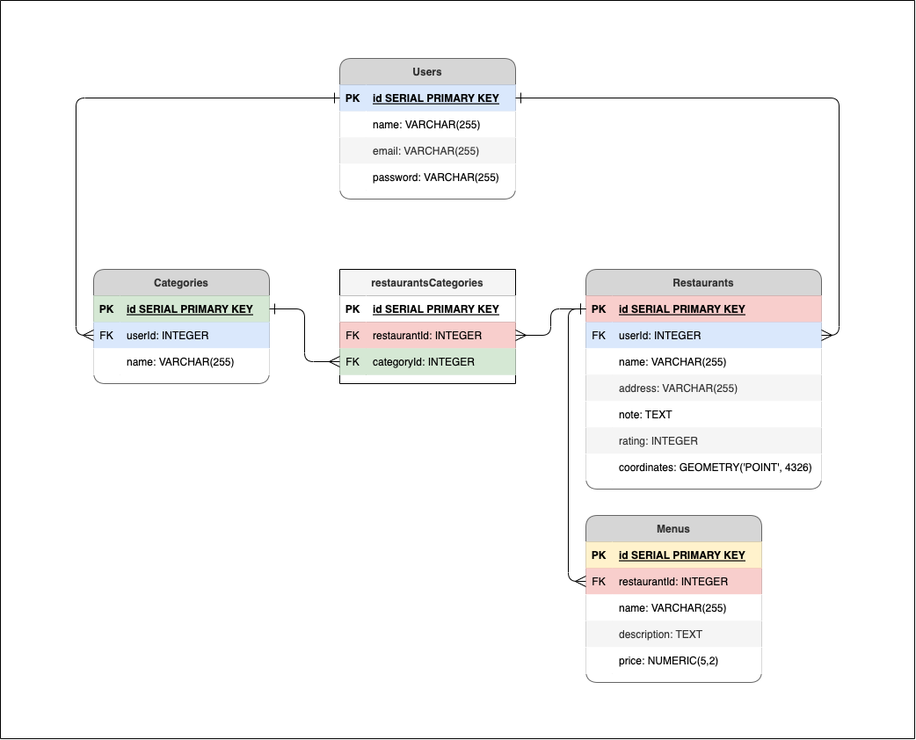
philjang/ad-libitum keeps this draw.io diagram as ERD.drawio.png. Above is the earlier version. Source tidied: cells renumbered, new cells last; positions are measured from the earlier drawing's top-left corner, leaving out a move shared by most shapes.
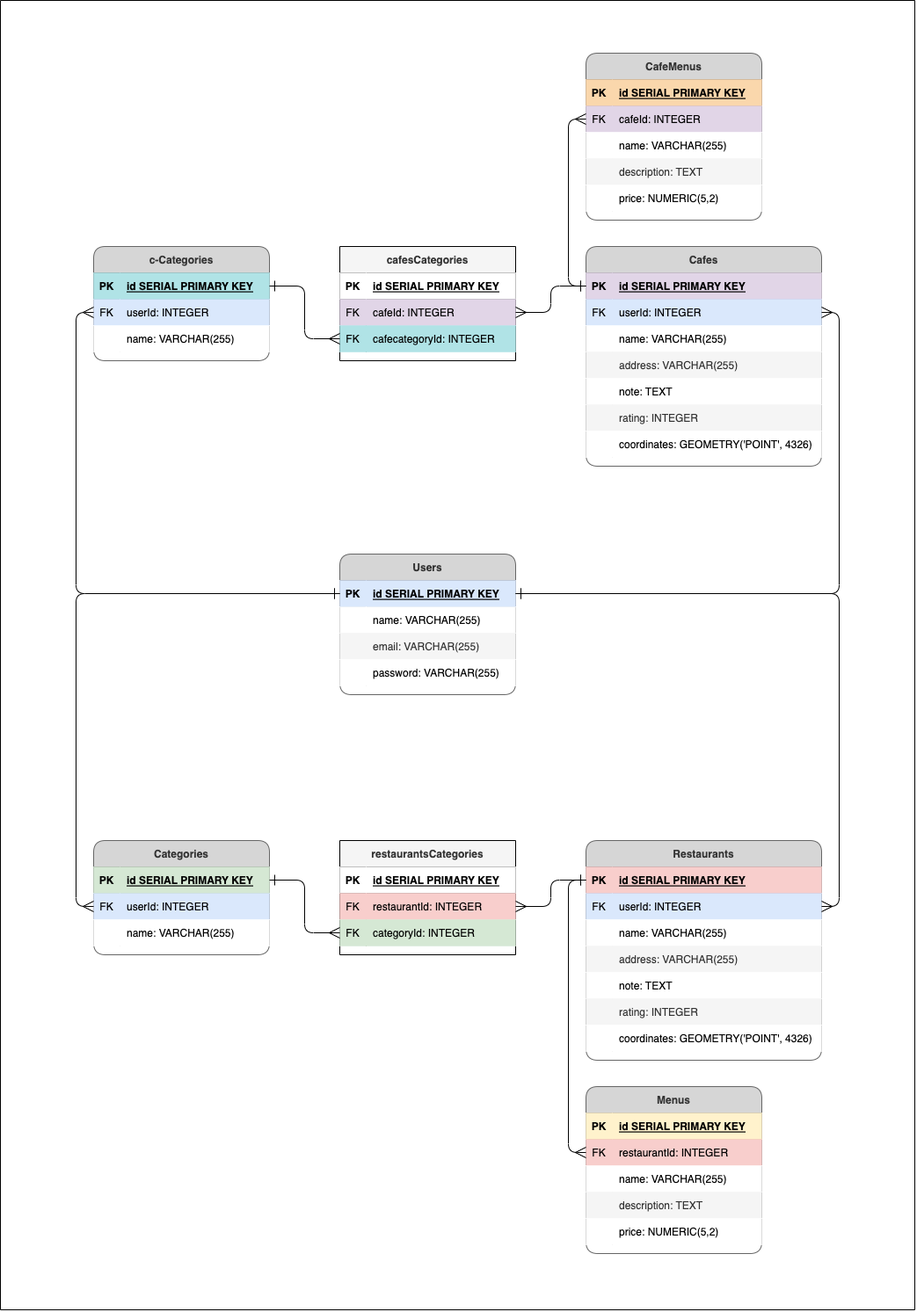
After the commit.

Diff of the diagram source:
```diff
@@ -3,7 +3,7 @@
     <mxCell id="0" />
     <mxCell id="1" parent="0" />
     <mxCell id="2" value="Users" style="shape=table;startSize=30;rowLines=0;fontStyle=1;align=center;fillColor=#D6D6D6;strokeColor=#666666;swimlaneFillColor=none;rounded=1;fontColor=#333333;" parent="1" vertex="1">
-      <mxGeometry x="386" y="66" width="200" height="160" as="geometry" />
+      <mxGeometry x="386" y="-20" width="200" height="160" as="geometry" />
     </mxCell>
     <mxCell id="3" style="shape=tableRow;horizontal=0;startSize=0;swimlaneHead=0;swimlaneBody=0;fillColor=#dae8fc;points=[[0,0.5],[1,0.5]];portConstraint=eastwest;top=0;left=0;right=0;bottom=1;strokeColor=#6c8ebf;" parent="2" vertex="1">
       <mxGeometry y="30" width="200" height="30" as="geometry" />
@@ -230,11 +230,200 @@
     <mxCell id="77" style="edgeStyle=orthogonalEdgeStyle;rounded=1;jettySize=auto;html=1;exitX=0;exitY=0.5;exitDx=0;exitDy=0;entryX=0;entryY=0.5;entryDx=0;entryDy=0;fontColor=#000000;startArrow=ERone;startFill=0;endArrow=ERmany;endFill=0;startSize=10;endSize=10;targetPerimeterSpacing=0;strokeWidth=1;" parent="1" edge="1" source="16" target="51">
       <mxGeometry relative="1" as="geometry" />
     </mxCell>
+    <mxCell id="83" value="Cafes" style="shape=table;startSize=30;rowLines=0;fontStyle=1;align=center;fillColor=#D6D6D6;strokeColor=#666666;swimlaneFillColor=none;rounded=1;fontColor=#333333;perimeterSpacing=0;" parent="1" vertex="1">
+      <mxGeometry x="666" y="-370" width="268" height="250" as="geometry" />
+    </mxCell>
+    <mxCell id="84" style="shape=tableRow;horizontal=0;startSize=0;swimlaneHead=0;swimlaneBody=0;fillColor=#e1d5e7;points=[[0,0.5],[1,0.5]];portConstraint=eastwest;top=0;left=0;right=0;bottom=1;strokeColor=#9673a6;" parent="83" vertex="1">
+      <mxGeometry y="30" width="268" height="30" as="geometry" />
+    </mxCell>
+    <mxCell id="85" value="PK" style="shape=partialRectangle;fillColor=#e1d5e7;top=0;left=0;bottom=0;right=0;fontStyle=1;overflow=hidden;strokeColor=#9673a6;" parent="84" vertex="1">
+      <mxGeometry width="30" height="30" as="geometry" />
+    </mxCell>
+    <mxCell id="86" value="id SERIAL PRIMARY KEY" style="shape=partialRectangle;fillColor=#e1d5e7;top=0;left=0;bottom=0;right=0;align=left;spacingLeft=6;fontStyle=5;overflow=hidden;strokeColor=#9673a6;" parent="84" vertex="1">
+      <mxGeometry x="30" width="238" height="30" as="geometry" />
+    </mxCell>
+    <mxCell id="87" style="shape=tableRow;horizontal=0;startSize=0;swimlaneHead=0;swimlaneBody=0;fillColor=#dae8fc;points=[[0,0.5],[1,0.5]];portConstraint=eastwest;top=0;left=0;right=0;bottom=0;rounded=0;shadow=0;sketch=0;strokeColor=#6c8ebf;" parent="83" vertex="1">
+      <mxGeometry y="60" width="268" height="30" as="geometry" />
+    </mxCell>
+    <mxCell id="88" value="FK" style="shape=partialRectangle;fillColor=#dae8fc;top=0;left=0;bottom=0;right=0;fontStyle=0;overflow=hidden;rounded=0;shadow=0;sketch=0;strokeColor=#6c8ebf;" parent="87" vertex="1">
+      <mxGeometry width="30" height="30" as="geometry" />
+    </mxCell>
+    <mxCell id="89" value="userId: INTEGER" style="shape=partialRectangle;fillColor=#dae8fc;top=0;left=0;bottom=0;right=0;align=left;spacingLeft=6;fontStyle=0;overflow=hidden;rounded=0;shadow=0;sketch=0;strokeColor=#6c8ebf;" parent="87" vertex="1">
+      <mxGeometry x="30" width="238" height="30" as="geometry" />
+    </mxCell>
+    <mxCell id="90" style="shape=tableRow;horizontal=0;startSize=0;swimlaneHead=0;swimlaneBody=0;top=0;left=0;right=0;bottom=0;" parent="83" vertex="1">
+      <mxGeometry y="90" width="268" height="30" as="geometry" />
+    </mxCell>
+    <mxCell id="91" style="shape=partialRectangle;top=0;left=0;bottom=0;right=0;overflow=hidden;" parent="90" vertex="1">
+      <mxGeometry width="30" height="30" as="geometry" />
+    </mxCell>
+    <mxCell id="92" value="name: VARCHAR(255)" style="shape=partialRectangle;top=0;left=0;bottom=0;right=0;align=left;spacingLeft=6;overflow=hidden;" parent="90" vertex="1">
+      <mxGeometry x="30" width="238" height="30" as="geometry" />
+    </mxCell>
+    <mxCell id="93" style="shape=tableRow;horizontal=0;startSize=0;swimlaneHead=0;swimlaneBody=0;fillColor=#f5f5f5;top=0;left=0;right=0;bottom=0;rounded=0;shadow=0;sketch=0;fontColor=#333333;strokeColor=#666666;" parent="83" vertex="1">
+      <mxGeometry y="120" width="268" height="30" as="geometry" />
+    </mxCell>
+    <mxCell id="94" style="shape=partialRectangle;fillColor=#f5f5f5;top=0;left=0;bottom=0;right=0;fontStyle=0;overflow=hidden;rounded=0;shadow=0;sketch=0;fontColor=#333333;strokeColor=#666666;" parent="93" vertex="1">
+      <mxGeometry width="30" height="30" as="geometry" />
+    </mxCell>
+    <mxCell id="95" value="address: VARCHAR(255)" style="shape=partialRectangle;fillColor=#f5f5f5;top=0;left=0;bottom=0;right=0;align=left;spacingLeft=6;fontStyle=0;overflow=hidden;rounded=0;shadow=0;sketch=0;fontColor=#333333;strokeColor=#666666;" parent="93" vertex="1">
+      <mxGeometry x="30" width="238" height="30" as="geometry" />
+    </mxCell>
+    <mxCell id="96" style="shape=tableRow;horizontal=0;startSize=0;swimlaneHead=0;swimlaneBody=0;top=0;left=0;right=0;bottom=0;" parent="83" vertex="1">
+      <mxGeometry y="150" width="268" height="30" as="geometry" />
+    </mxCell>
+    <mxCell id="97" style="shape=partialRectangle;top=0;left=0;bottom=0;right=0;overflow=hidden;" parent="96" vertex="1">
+      <mxGeometry width="30" height="30" as="geometry" />
+    </mxCell>
+    <mxCell id="98" value="note: TEXT" style="shape=partialRectangle;top=0;left=0;bottom=0;right=0;align=left;spacingLeft=6;overflow=hidden;" parent="96" vertex="1">
+      <mxGeometry x="30" width="238" height="30" as="geometry" />
+    </mxCell>
+    <mxCell id="99" style="shape=tableRow;horizontal=0;startSize=0;swimlaneHead=0;swimlaneBody=0;fillColor=#f5f5f5;top=0;left=0;right=0;bottom=0;fontColor=#333333;strokeColor=#666666;" parent="83" vertex="1">
+      <mxGeometry y="180" width="268" height="30" as="geometry" />
+    </mxCell>
+    <mxCell id="100" style="shape=partialRectangle;fillColor=#f5f5f5;top=0;left=0;bottom=0;right=0;overflow=hidden;fontColor=#333333;strokeColor=#666666;" parent="99" vertex="1">
+      <mxGeometry width="30" height="30" as="geometry" />
+    </mxCell>
+    <mxCell id="101" value="rating: INTEGER" style="shape=partialRectangle;fillColor=#f5f5f5;top=0;left=0;bottom=0;right=0;align=left;spacingLeft=6;overflow=hidden;fontColor=#333333;strokeColor=#666666;" parent="99" vertex="1">
+      <mxGeometry x="30" width="238" height="30" as="geometry" />
+    </mxCell>
+    <mxCell id="102" style="shape=tableRow;horizontal=0;startSize=0;swimlaneHead=0;swimlaneBody=0;top=0;left=0;right=0;bottom=0;" parent="83" vertex="1">
+      <mxGeometry y="210" width="268" height="30" as="geometry" />
+    </mxCell>
+    <mxCell id="103" style="shape=partialRectangle;top=0;left=0;bottom=0;right=0;overflow=hidden;" parent="102" vertex="1">
+      <mxGeometry width="30" height="30" as="geometry" />
+    </mxCell>
+    <mxCell id="104" value="coordinates: GEOMETRY('POINT', 4326)" style="shape=partialRectangle;top=0;left=0;bottom=0;right=0;align=left;spacingLeft=6;overflow=hidden;" parent="102" vertex="1">
+      <mxGeometry x="30" width="238" height="30" as="geometry" />
+    </mxCell>
+    <mxCell id="105" value="c-Categories" style="shape=table;startSize=30;rowLines=0;fontStyle=1;align=center;fillColor=#D6D6D6;strokeColor=#666666;swimlaneFillColor=none;rounded=1;fontColor=#333333;" parent="1" vertex="1">
+      <mxGeometry x="106" y="-370" width="200" height="130" as="geometry" />
+    </mxCell>
+    <mxCell id="106" style="shape=tableRow;horizontal=0;startSize=0;swimlaneHead=0;swimlaneBody=0;fillColor=#b0e3e6;points=[[0,0.5],[1,0.5]];portConstraint=eastwest;top=0;left=0;right=0;bottom=1;strokeColor=#0e8088;" parent="105" vertex="1">
+      <mxGeometry y="30" width="200" height="30" as="geometry" />
+    </mxCell>
+    <mxCell id="107" value="PK" style="shape=partialRectangle;fillColor=#b0e3e6;top=0;left=0;bottom=0;right=0;fontStyle=1;overflow=hidden;strokeColor=#0e8088;" parent="106" vertex="1">
+      <mxGeometry width="30" height="30" as="geometry" />
+    </mxCell>
+    <mxCell id="108" value="id SERIAL PRIMARY KEY" style="shape=partialRectangle;fillColor=#b0e3e6;top=0;left=0;bottom=0;right=0;align=left;spacingLeft=6;fontStyle=5;overflow=hidden;strokeColor=#0e8088;" parent="106" vertex="1">
+      <mxGeometry x="30" width="170" height="30" as="geometry" />
+    </mxCell>
+    <mxCell id="109" style="shape=tableRow;horizontal=0;startSize=0;swimlaneHead=0;swimlaneBody=0;fillColor=#dae8fc;points=[[0,0.5],[1,0.5]];portConstraint=eastwest;top=0;left=0;right=0;bottom=0;rounded=0;shadow=0;sketch=0;strokeColor=#6c8ebf;" parent="105" vertex="1">
+      <mxGeometry y="60" width="200" height="30" as="geometry" />
+    </mxCell>
+    <mxCell id="110" value="FK" style="shape=partialRectangle;fillColor=#dae8fc;top=0;left=0;bottom=0;right=0;fontStyle=0;overflow=hidden;rounded=0;shadow=0;sketch=0;strokeColor=#6c8ebf;" parent="109" vertex="1">
+      <mxGeometry width="30" height="30" as="geometry" />
+    </mxCell>
+    <mxCell id="111" value="userId: INTEGER" style="shape=partialRectangle;fillColor=#dae8fc;top=0;left=0;bottom=0;right=0;align=left;spacingLeft=6;fontStyle=0;overflow=hidden;rounded=0;shadow=0;sketch=0;strokeColor=#6c8ebf;" parent="109" vertex="1">
+      <mxGeometry x="30" width="170" height="30" as="geometry" />
+    </mxCell>
+    <mxCell id="112" style="shape=tableRow;horizontal=0;startSize=0;swimlaneHead=0;swimlaneBody=0;top=0;left=0;right=0;bottom=0;" parent="105" vertex="1">
+      <mxGeometry y="90" width="200" height="30" as="geometry" />
+    </mxCell>
+    <mxCell id="113" style="shape=partialRectangle;top=0;left=0;bottom=0;right=0;overflow=hidden;" parent="112" vertex="1">
+      <mxGeometry width="30" height="30" as="geometry" />
+    </mxCell>
+    <mxCell id="114" value="name: VARCHAR(255)" style="shape=partialRectangle;top=0;left=0;bottom=0;right=0;align=left;spacingLeft=6;overflow=hidden;" parent="112" vertex="1">
+      <mxGeometry x="30" width="170" height="30" as="geometry" />
+    </mxCell>
+    <mxCell id="115" value="CafeMenus" style="shape=table;startSize=30;rowLines=0;fontStyle=1;align=center;fillColor=#D6D6D6;strokeColor=#666666;swimlaneFillColor=none;rounded=1;fontColor=#333333;strokeWidth=1;" parent="1" vertex="1">
+      <mxGeometry x="666" y="-590" width="200" height="190" as="geometry" />
+    </mxCell>
+    <mxCell id="116" style="shape=tableRow;horizontal=0;startSize=0;swimlaneHead=0;swimlaneBody=0;fillColor=#fad7ac;top=0;left=0;right=0;bottom=1;strokeColor=#b46504;" parent="115" vertex="1">
+      <mxGeometry y="30" width="200" height="30" as="geometry" />
+    </mxCell>
+    <mxCell id="117" value="PK" style="shape=partialRectangle;fillColor=#fad7ac;top=0;left=0;bottom=0;right=0;fontStyle=1;overflow=hidden;strokeColor=#b46504;" parent="116" vertex="1">
+      <mxGeometry width="30" height="30" as="geometry" />
+    </mxCell>
+    <mxCell id="118" value="id SERIAL PRIMARY KEY" style="shape=partialRectangle;fillColor=#fad7ac;top=0;left=0;bottom=0;right=0;align=left;spacingLeft=6;fontStyle=5;overflow=hidden;strokeColor=#b46504;" parent="116" vertex="1">
+      <mxGeometry x="30" width="170" height="30" as="geometry" />
+    </mxCell>
+    <mxCell id="119" style="shape=tableRow;horizontal=0;startSize=0;swimlaneHead=0;swimlaneBody=0;fillColor=#e1d5e7;points=[[0,0.5],[1,0.5]];portConstraint=eastwest;top=0;left=0;right=0;bottom=0;rounded=0;shadow=0;sketch=0;strokeColor=#9673a6;" parent="115" vertex="1">
+      <mxGeometry y="60" width="200" height="30" as="geometry" />
+    </mxCell>
+    <mxCell id="120" value="FK" style="shape=partialRectangle;fillColor=#e1d5e7;top=0;left=0;bottom=0;right=0;fontStyle=0;overflow=hidden;rounded=0;shadow=0;sketch=0;strokeColor=#9673a6;" parent="119" vertex="1">
+      <mxGeometry width="30" height="30" as="geometry" />
+    </mxCell>
+    <mxCell id="121" value="cafeId: INTEGER" style="shape=partialRectangle;fillColor=#e1d5e7;top=0;left=0;bottom=0;right=0;align=left;spacingLeft=6;fontStyle=0;overflow=hidden;rounded=0;shadow=0;sketch=0;strokeColor=#9673a6;" parent="119" vertex="1">
+      <mxGeometry x="30" width="170" height="30" as="geometry" />
+    </mxCell>
+    <mxCell id="122" style="shape=tableRow;horizontal=0;startSize=0;swimlaneHead=0;swimlaneBody=0;top=0;left=0;right=0;bottom=0;swimlaneFillColor=default;" parent="115" vertex="1">
+      <mxGeometry y="90" width="200" height="30" as="geometry" />
+    </mxCell>
+    <mxCell id="123" style="shape=partialRectangle;top=0;left=0;bottom=0;right=0;overflow=hidden;swimlaneFillColor=default;" parent="122" vertex="1">
+      <mxGeometry width="30" height="30" as="geometry" />
+    </mxCell>
+    <mxCell id="124" value="name: VARCHAR(255)" style="shape=partialRectangle;top=0;left=0;bottom=0;right=0;align=left;spacingLeft=6;overflow=hidden;swimlaneFillColor=default;" parent="122" vertex="1">
+      <mxGeometry x="30" width="170" height="30" as="geometry" />
+    </mxCell>
+    <mxCell id="125" style="shape=tableRow;horizontal=0;startSize=0;swimlaneHead=0;swimlaneBody=0;top=0;left=0;right=0;bottom=0;swimlaneFillColor=default;fillColor=#f5f5f5;fontColor=#333333;strokeColor=#666666;" parent="115" vertex="1">
+      <mxGeometry y="120" width="200" height="30" as="geometry" />
+    </mxCell>
+    <mxCell id="126" style="shape=partialRectangle;top=0;left=0;bottom=0;right=0;overflow=hidden;swimlaneFillColor=default;fillColor=#f5f5f5;fontColor=#333333;strokeColor=#666666;" parent="125" vertex="1">
+      <mxGeometry width="30" height="30" as="geometry" />
+    </mxCell>
+    <mxCell id="127" value="description: TEXT" style="shape=partialRectangle;top=0;left=0;bottom=0;right=0;align=left;spacingLeft=6;overflow=hidden;swimlaneFillColor=default;fillColor=#f5f5f5;fontColor=#333333;strokeColor=#666666;" parent="125" vertex="1">
+      <mxGeometry x="30" width="170" height="30" as="geometry" />
+    </mxCell>
+    <mxCell id="128" style="shape=tableRow;horizontal=0;startSize=0;swimlaneHead=0;swimlaneBody=0;top=0;left=0;right=0;bottom=0;swimlaneFillColor=default;" parent="115" vertex="1">
+      <mxGeometry y="150" width="200" height="30" as="geometry" />
+    </mxCell>
+    <mxCell id="129" style="shape=partialRectangle;top=0;left=0;bottom=0;right=0;overflow=hidden;swimlaneFillColor=default;" parent="128" vertex="1">
+      <mxGeometry width="30" height="30" as="geometry" />
+    </mxCell>
+    <mxCell id="130" value="price: NUMERIC(5,2)" style="shape=partialRectangle;top=0;left=0;bottom=0;right=0;align=left;spacingLeft=6;overflow=hidden;swimlaneFillColor=default;" parent="128" vertex="1">
+      <mxGeometry x="30" width="170" height="30" as="geometry" />
+    </mxCell>
+    <mxCell id="131" value="cafesCategories" style="shape=table;startSize=30;rowLines=0;fontStyle=1;align=center;swimlaneLine=1;sketch=0;shadow=0;rounded=0;fillColor=#f5f5f5;fontColor=#333333;strokeColor=default;" parent="1" vertex="1">
+      <mxGeometry x="386" y="-370" width="200" height="130" as="geometry" />
+    </mxCell>
+    <mxCell id="132" style="shape=tableRow;horizontal=0;startSize=0;swimlaneHead=0;swimlaneBody=0;top=0;left=0;right=0;bottom=1;" parent="131" vertex="1">
+      <mxGeometry y="30" width="200" height="30" as="geometry" />
+    </mxCell>
+    <mxCell id="133" value="PK" style="shape=partialRectangle;top=0;left=0;bottom=0;right=0;fontStyle=1;overflow=hidden;" parent="132" vertex="1">
+      <mxGeometry width="30" height="30" as="geometry" />
+    </mxCell>
+    <mxCell id="134" value="id SERIAL PRIMARY KEY" style="shape=partialRectangle;top=0;left=0;bottom=0;right=0;align=left;spacingLeft=6;fontStyle=5;overflow=hidden;" parent="132" vertex="1">
+      <mxGeometry x="30" width="170" height="30" as="geometry" />
+    </mxCell>
+    <mxCell id="135" style="shape=tableRow;horizontal=0;startSize=0;swimlaneHead=0;swimlaneBody=0;fillColor=#e1d5e7;points=[[0,0.5],[1,0.5]];portConstraint=eastwest;top=0;left=0;right=0;bottom=0;strokeColor=#9673a6;" parent="131" vertex="1">
+      <mxGeometry y="60" width="200" height="30" as="geometry" />
+    </mxCell>
+    <mxCell id="136" value="FK" style="shape=partialRectangle;fillColor=#e1d5e7;top=0;left=0;bottom=0;right=0;fontStyle=0;overflow=hidden;strokeColor=#9673a6;" parent="135" vertex="1">
+      <mxGeometry width="30" height="30" as="geometry" />
+    </mxCell>
+    <mxCell id="137" value="cafeId: INTEGER" style="shape=partialRectangle;fillColor=#e1d5e7;top=0;left=0;bottom=0;right=0;align=left;spacingLeft=6;fontStyle=0;overflow=hidden;strokeColor=#9673a6;" parent="135" vertex="1">
+      <mxGeometry x="30" width="170" height="30" as="geometry" />
+    </mxCell>
+    <mxCell id="138" style="shape=tableRow;horizontal=0;startSize=0;swimlaneHead=0;swimlaneBody=0;fillColor=#b0e3e6;points=[[0,0.5],[1,0.5]];portConstraint=eastwest;top=0;left=0;right=0;bottom=0;strokeColor=#0e8088;" parent="131" vertex="1">
+      <mxGeometry y="90" width="200" height="30" as="geometry" />
+    </mxCell>
+    <mxCell id="139" value="FK" style="shape=partialRectangle;fillColor=#b0e3e6;top=0;left=0;bottom=0;right=0;fontStyle=0;overflow=hidden;strokeColor=#0e8088;" parent="138" vertex="1">
+      <mxGeometry width="30" height="30" as="geometry" />
+    </mxCell>
+    <mxCell id="140" value="cafecategoryId: INTEGER" style="shape=partialRectangle;fillColor=#b0e3e6;top=0;left=0;bottom=0;right=0;align=left;spacingLeft=6;fontStyle=0;overflow=hidden;strokeColor=#0e8088;" parent="138" vertex="1">
+      <mxGeometry x="30" width="170" height="30" as="geometry" />
+    </mxCell>
+    <mxCell id="141" style="edgeStyle=orthogonalEdgeStyle;rounded=1;jettySize=auto;html=1;exitX=0;exitY=0.5;exitDx=0;exitDy=0;entryX=1;entryY=0.5;entryDx=0;entryDy=0;startArrow=ERone;startFill=0;endArrow=ERmany;endFill=0;startSize=10;endSize=10;targetPerimeterSpacing=0;strokeWidth=1;" parent="1" edge="1" source="84" target="135">
+      <mxGeometry relative="1" as="geometry" />
+    </mxCell>
+    <mxCell id="142" style="edgeStyle=orthogonalEdgeStyle;rounded=1;jettySize=auto;html=1;exitX=1;exitY=0.5;exitDx=0;exitDy=0;entryX=0;entryY=0.5;entryDx=0;entryDy=0;startArrow=ERone;startFill=0;endArrow=ERmany;endFill=0;startSize=10;endSize=10;targetPerimeterSpacing=0;strokeWidth=1;" parent="1" edge="1" source="106" target="138">
+      <mxGeometry relative="1" as="geometry" />
+    </mxCell>
+    <mxCell id="143" style="edgeStyle=orthogonalEdgeStyle;rounded=1;jettySize=auto;html=1;exitX=0;exitY=0.5;exitDx=0;exitDy=0;entryX=0;entryY=0.5;entryDx=0;entryDy=0;fontColor=#000000;startArrow=ERone;startFill=0;endArrow=ERmany;endFill=0;startSize=10;endSize=10;targetPerimeterSpacing=0;strokeWidth=1;" parent="1" edge="1" source="84" target="119">
+      <mxGeometry relative="1" as="geometry" />
+    </mxCell>
+    <mxCell id="144" style="edgeStyle=orthogonalEdgeStyle;jettySize=auto;html=1;exitX=1;exitY=0.5;exitDx=0;exitDy=0;entryX=1;entryY=0.5;entryDx=0;entryDy=0;rounded=1;endArrow=ERmany;endFill=0;endSize=10;startSize=10;startArrow=ERone;startFill=0;" parent="1" edge="1" source="3" target="87">
+      <mxGeometry relative="1" as="geometry" />
+    </mxCell>
+    <mxCell id="145" style="edgeStyle=orthogonalEdgeStyle;rounded=1;jettySize=auto;html=1;exitX=0;exitY=0.5;exitDx=0;exitDy=0;entryX=0;entryY=0.5;entryDx=0;entryDy=0;startArrow=ERone;startFill=0;endArrow=ERmany;endFill=0;startSize=10;endSize=10;" parent="1" edge="1" source="3" target="109">
+      <mxGeometry relative="1" as="geometry" />
+    </mxCell>
     <mxCell id="78" value="Untitled Layer" parent="0" />
     <mxCell id="79" style="endArrow=none;html=1;rounded=1;fontColor=#000000;startSize=10;endSize=10;targetPerimeterSpacing=0;strokeWidth=1;" parent="78" edge="1">
       <mxGeometry relative="1" as="geometry">
-        <mxPoint x="1040" as="sourcePoint" />
-        <mxPoint as="targetPoint" />
+        <mxPoint x="1040" y="-650" as="sourcePoint" />
+        <mxPoint y="-650" as="targetPoint" />
       </mxGeometry>
     </mxCell>
     <mxCell id="80" style="endArrow=none;html=1;rounded=1;fontColor=#000000;startSize=10;endSize=10;targetPerimeterSpacing=0;strokeWidth=1;" parent="78" edge="1">
@@ -245,13 +434,13 @@
     </mxCell>
     <mxCell id="81" style="endArrow=none;html=1;rounded=1;fontColor=#000000;startSize=10;endSize=10;targetPerimeterSpacing=0;strokeWidth=1;" parent="78" edge="1">
       <mxGeometry relative="1" as="geometry">
-        <mxPoint x="1040" as="sourcePoint" />
+        <mxPoint x="1040" y="-650" as="sourcePoint" />
         <mxPoint x="1040" y="840" as="targetPoint" />
       </mxGeometry>
     </mxCell>
     <mxCell id="82" style="endArrow=none;html=1;rounded=1;fontColor=#000000;startSize=10;endSize=10;targetPerimeterSpacing=0;strokeWidth=1;" parent="78" edge="1">
       <mxGeometry relative="1" as="geometry">
-        <mxPoint as="sourcePoint" />
+        <mxPoint y="-650" as="sourcePoint" />
         <mxPoint y="840" as="targetPoint" />
       </mxGeometry>
     </mxCell>
```
